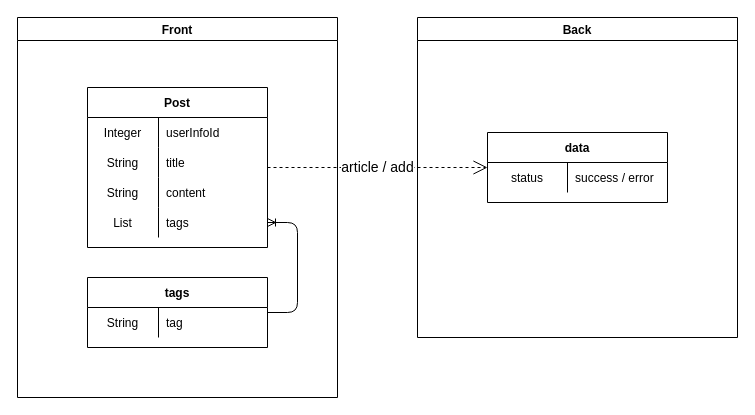
yusuke-rakus/Qiish keeps this draw.io diagram as page "記事投稿機能" (11 of 16) of Designs/基本設計.drawio. Above is the earlier version. Source tidied: cells renumbered, new cells numbered last; positions are measured from the earlier drawing's top-left corner, leaving out a move shared by most shapes. Both pictures are drawn from the tidied source at 100%, with x=0, y=0 at pixel (17, 17).
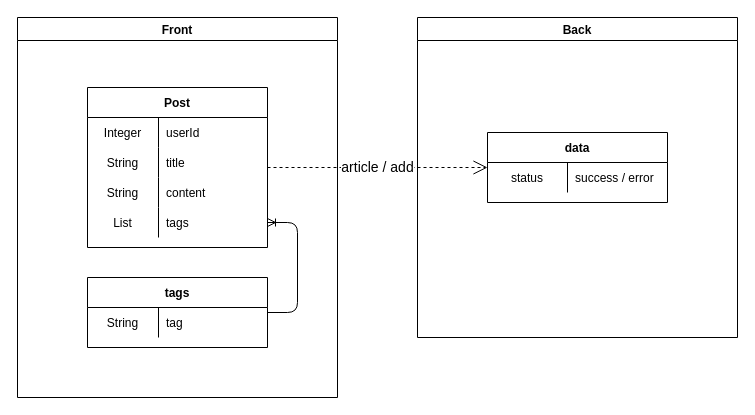
The same diagram, later.

The change refers to these unchanged cells:
```xml
<mxCell id="4" style="shape=partialRectangle;fillColor=none;top=0;left=0;bottom=0;right=0;" parent="3" vertex="1">
  <mxGeometry y="30" width="180" height="30" as="geometry" />
</mxCell>
```

Diff of the diagram source:
```diff
@@
-    <mxCell id="6" value="userInfoId" style="shape=partialRectangle;fillColor=none;top=0;left=0;bottom=0;right=0;align=left;spacingLeft=6;overflow=hidden;" parent="4" vertex="1">
+    <mxCell id="6" value="userId" style="shape=partialRectangle;fillColor=none;top=0;left=0;bottom=0;right=0;align=left;spacingLeft=6;overflow=hidden;" parent="4" vertex="1">
       <mxGeometry x="71" width="109" height="30" as="geometry" />
     </mxCell>
```
